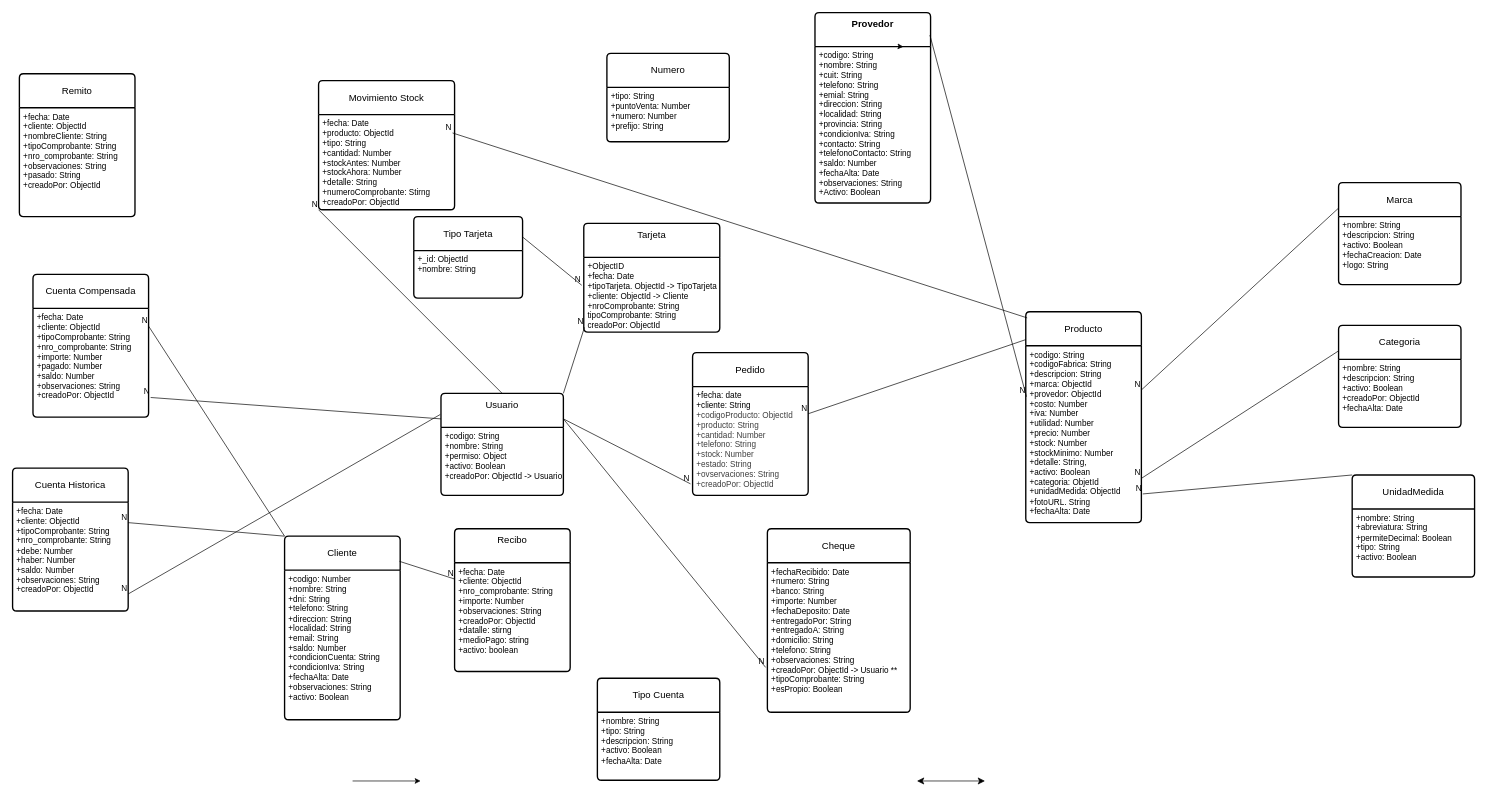
Pelusasasasa/comercio keeps this draw.io diagram as servidor/relacion/database.drawio. Above is the earlier version. Source tidied: cells renumbered, new cells numbered last; positions are measured from the earlier drawing's top-left corner, leaving out a move shared by most shapes. Both pictures are drawn from the tidied source at 68%, with x=0, y=0 at pixel (12, 12).
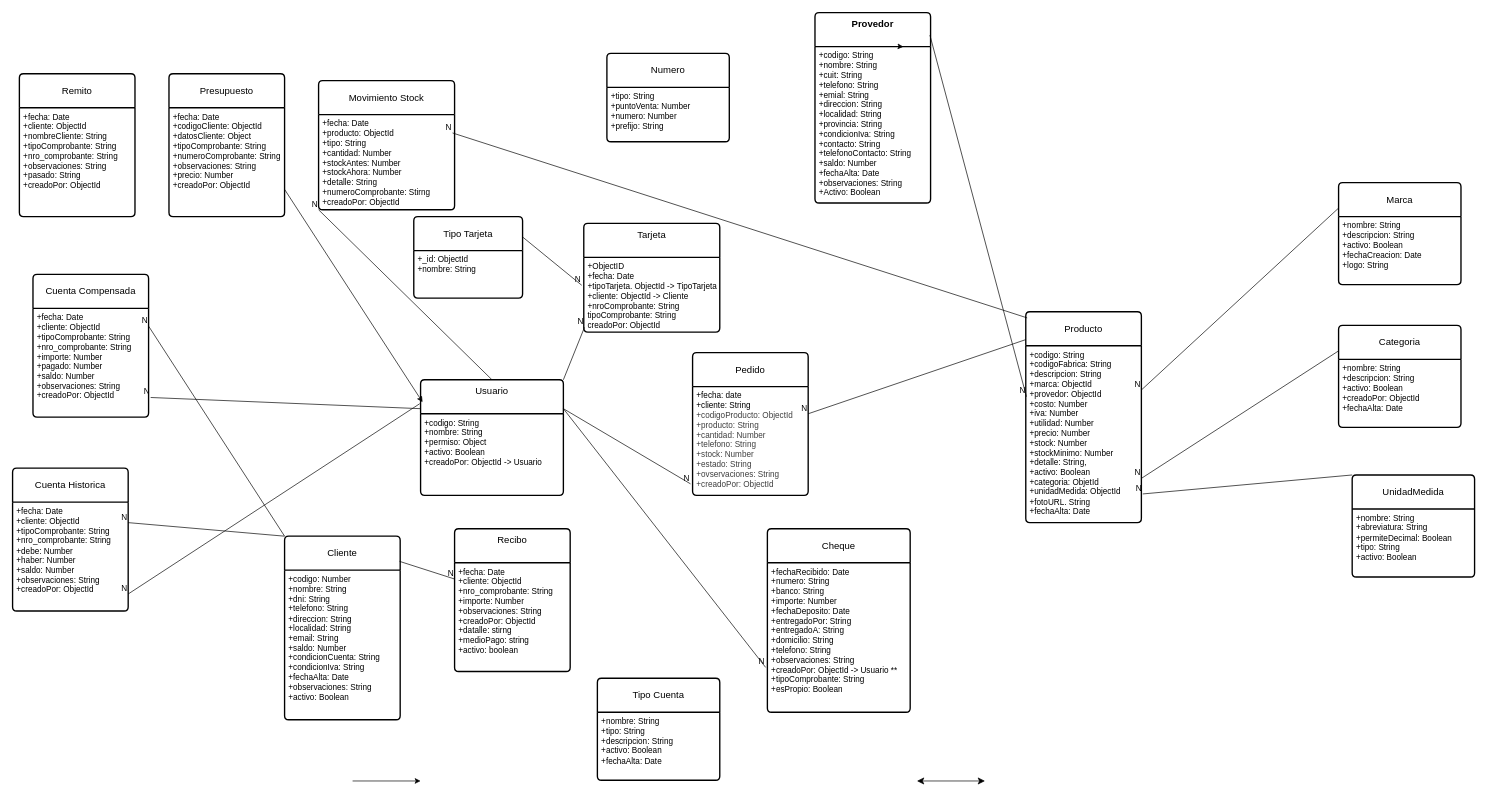
After the change.

Diff of the diagram source:
```diff
@@
     <mxCell id="12" value="Usuario&lt;div&gt;&lt;br&gt;&lt;/div&gt;" style="swimlane;horizontal=1;startSize=50;rounded=1;fontSize=14;fontStyle=0;strokeWidth=2;shadow=0;dashed=0;align=center;arcSize=4;whiteSpace=wrap;html=1;" parent="1" vertex="1">
-      <mxGeometry x="630" y="560" width="180" height="150" as="geometry" />
+      <mxGeometry x="600" y="540" width="210" height="170" as="geometry" />
     </mxCell>
     <mxCell id="13" value="+codigo: String&lt;div&gt;+nombre: String&lt;/div&gt;&lt;div&gt;+permiso: Object&lt;/div&gt;&lt;div&gt;+activo: Boolean&lt;/div&gt;&lt;div&gt;+creadoPor: ObjectId -&amp;gt; Usuario&lt;/div&gt;&lt;div&gt;&lt;br&gt;&lt;/div&gt;" style="align=left;strokeColor=none;fillColor=none;spacingLeft=4;fontSize=12;verticalAlign=top;html=1;" parent="12" vertex="1">
-      <mxGeometry y="50" width="180" height="100" as="geometry" />
+      <mxGeometry y="50" width="210" height="120" as="geometry" />
     </mxCell>
@@
+    <mxCell id="74" value="Presupuesto" style="swimlane;horizontal=1;startSize=50;rounded=1;fontSize=14;fontStyle=0;strokeWidth=2;shadow=0;dashed=0;align=center;arcSize=4;whiteSpace=wrap;html=1;" parent="1" vertex="1">
+      <mxGeometry x="230" y="90" width="170" height="210" as="geometry" />
+    </mxCell>
+    <mxCell id="75" value="+fecha: Date&lt;div&gt;+codigoCliente: ObjectId&lt;/div&gt;&lt;div&gt;+datosCliente: Object&lt;/div&gt;&lt;div&gt;+tipoComprobante: String&lt;/div&gt;&lt;div&gt;+numeroComprobante: String&lt;/div&gt;&lt;div&gt;+observaciones: String&lt;/div&gt;&lt;div&gt;+precio: Number&lt;/div&gt;&lt;div&gt;+creadoPor: ObjectId&lt;/div&gt;" style="align=left;strokeColor=none;fillColor=none;spacingLeft=4;fontSize=12;verticalAlign=top;html=1;" parent="74" vertex="1">
+      <mxGeometry y="50" width="170" height="160" as="geometry" />
+    </mxCell>
+    <mxCell id="76" style="edgeStyle=none;html=1;exitX=1;exitY=0.75;exitDx=0;exitDy=0;entryX=0.014;entryY=0.194;entryDx=0;entryDy=0;entryPerimeter=0;" parent="1" edge="1" source="75" target="12">
+      <mxGeometry relative="1" as="geometry" />
+    </mxCell>
```
